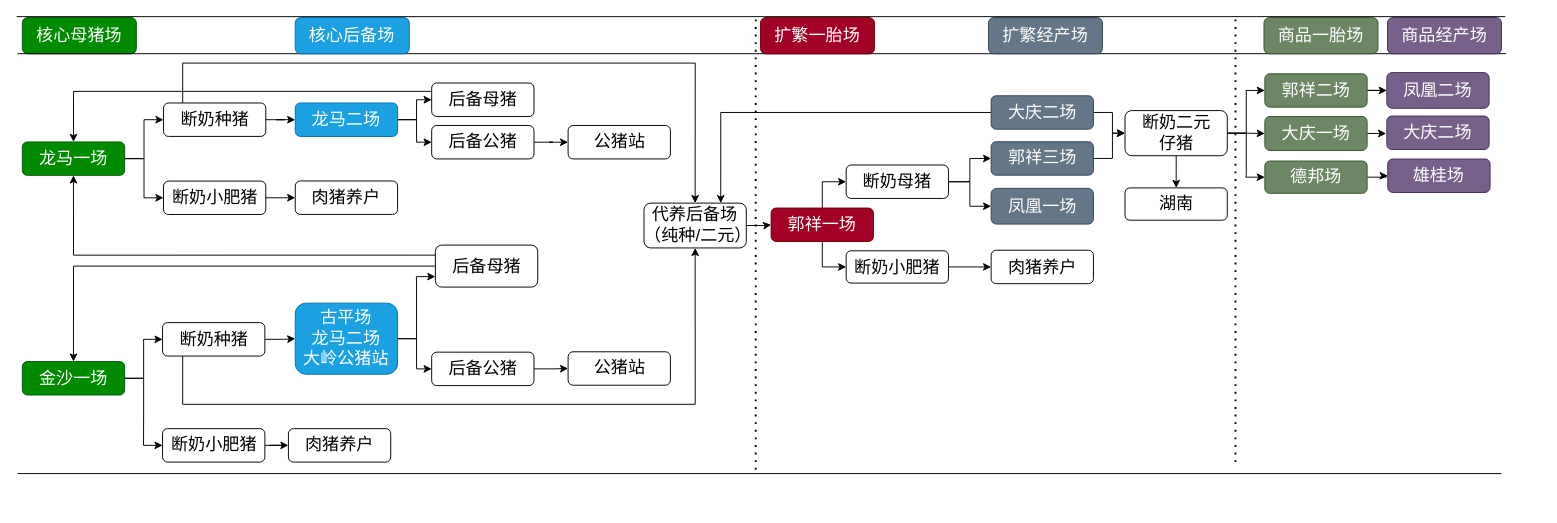
Before: 体系规划.drawio in tony2015116/flowchart, a draw.io diagram. Source tidied: cells renumbered, new cells numbered last; positions are measured from the earlier drawing's top-left corner, leaving out a move shared by most shapes. Both pictures are drawn from the tidied source at 95%, with x=0, y=0 at pixel (16, 16).
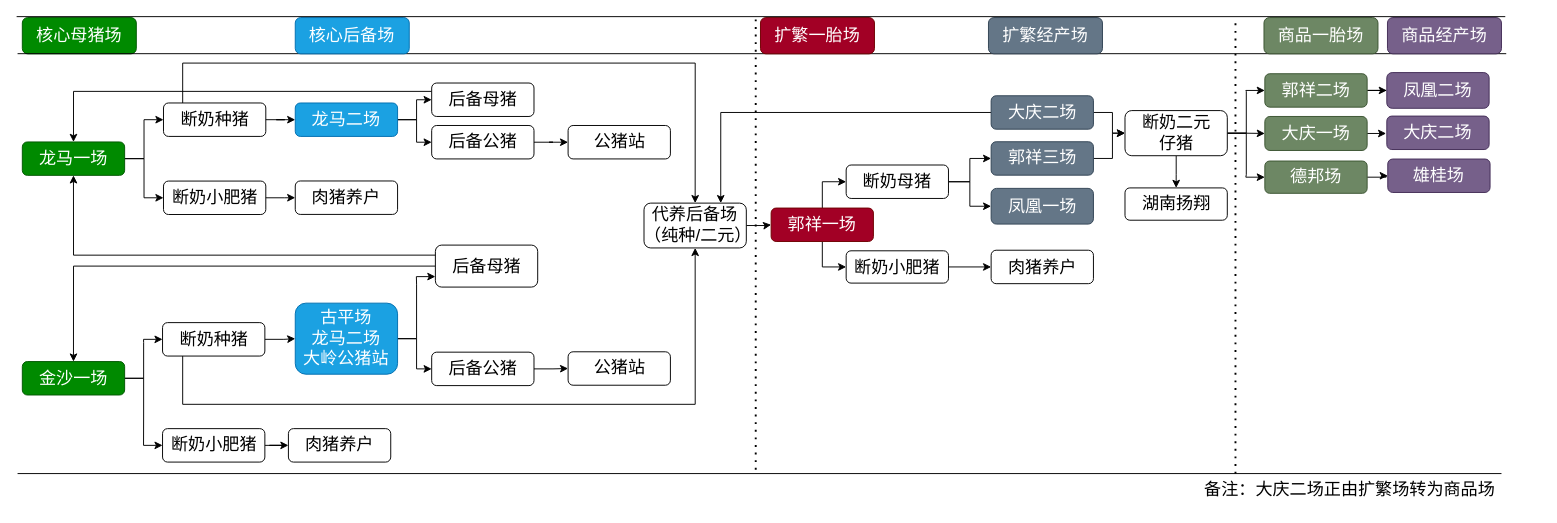
After the change.

Commit message (it also covers changes not shown here):
更新体系规划.drawio

Unchanged cells that the change refers to:
```xml
<mxCell id="4" style="group;" parent="1" vertex="1">
  <mxGeometry x="6" y="23.9" width="1544" height="445" as="geometry" />
</mxCell>
```

What changed in the source:
```diff
@@
-    <mxCell id="72" value="湖南" style="rounded=1;whiteSpace=wrap;html=1;fontSize=18;" parent="4" vertex="1">
+    <mxCell id="72" value="湖南扬翔" style="rounded=1;whiteSpace=wrap;html=1;fontSize=18;" parent="4" vertex="1">
       <mxGeometry x="1160.7" y="156.4" width="107.7" height="34" as="geometry" />
     </mxCell>
@@
     <mxCell id="75" style="endArrow=none;dashed=1;html=1;dashPattern=1 3;strokeWidth=2;rounded=0;" parent="4" edge="1">
       <mxGeometry relative="1" as="geometry">
-        <mxPoint x="1277" y="445" as="sourcePoint" />
+        <mxPoint x="1277" y="457.1" as="sourcePoint" />
         <mxPoint x="1277" y="-22.9" as="targetPoint" />
       </mxGeometry>
     </mxCell>
@@
+    <mxCell id="82" value="备注：大庆二场正由扩繁场转为商品场" style="rounded=1;whiteSpace=wrap;html=1;fontSize=18;fillColor=none;strokeColor=none;" parent="1" vertex="1">
+      <mxGeometry x="1203" y="481" width="401" height="34" as="geometry" />
+    </mxCell>
```
